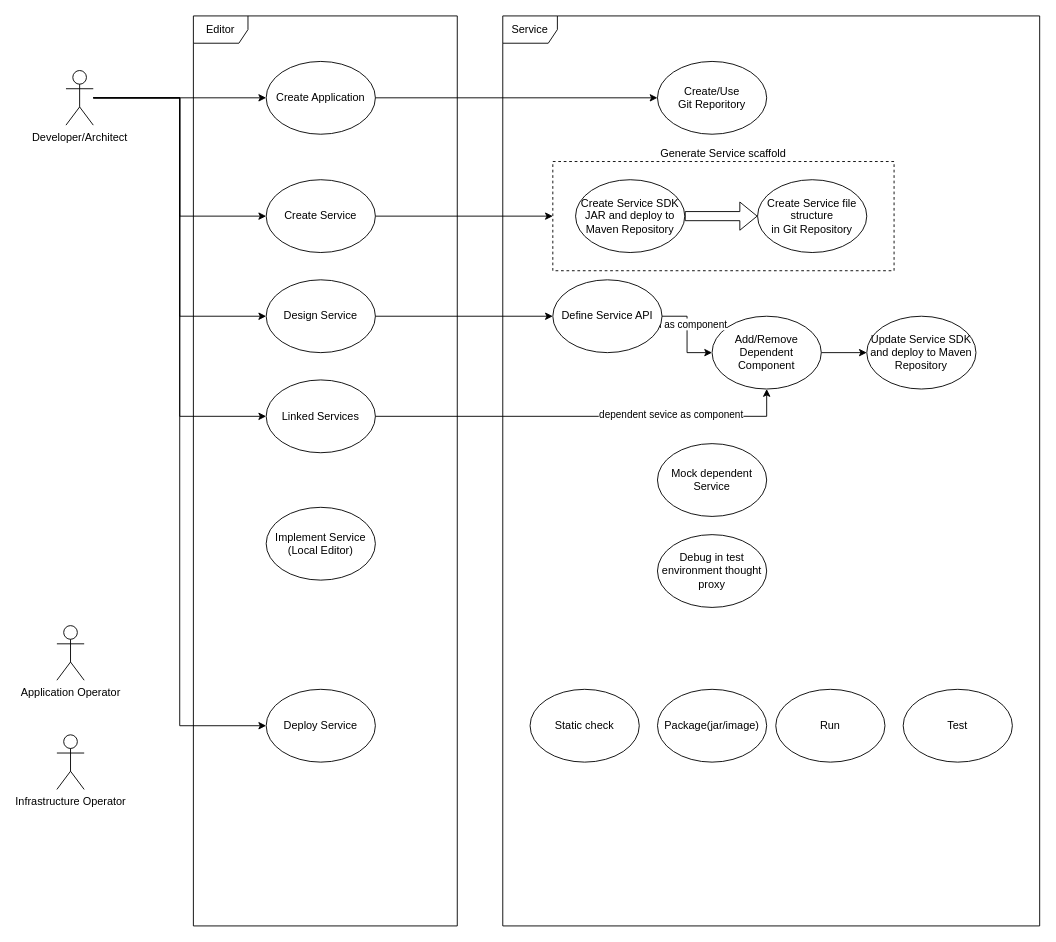
The draw.io diagram proj/deck.drawio in ruipengliu/books, before the edit. Source tidied: cells renumbered, new cells numbered last; positions are measured from the earlier drawing's top-left corner, leaving out a move shared by most shapes. Both pictures are drawn from the tidied source at 91%, with x=0, y=0 at pixel (56, 15).
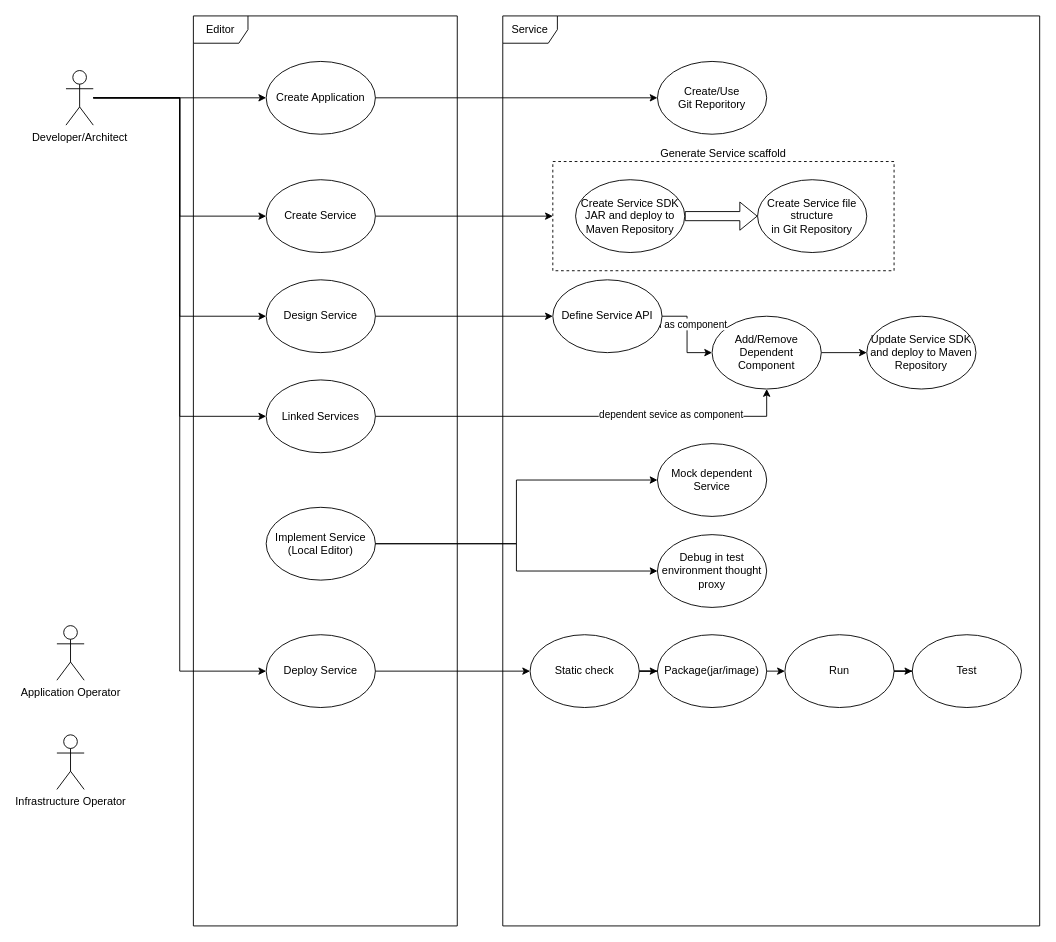
Above is the later version.

Unchanged cells that the change refers to:
```xml
<mxCell id="27" value="Implement Service&lt;br&gt;(Local Editor)" style="ellipse;whiteSpace=wrap;html=1;fillColor=none;" parent="1" vertex="1">
  <mxGeometry x="230" y="540" width="120" height="80" as="geometry" />
</mxCell>
<mxCell id="28" value="Mock dependent Service" style="ellipse;whiteSpace=wrap;html=1;fillColor=none;" parent="1" vertex="1">
  <mxGeometry x="660" y="470" width="120" height="80" as="geometry" />
</mxCell>
<mxCell id="29" value="Debug in test environment thought proxy" style="ellipse;whiteSpace=wrap;html=1;fillColor=none;" parent="1" vertex="1">
  <mxGeometry x="660" y="570" width="120" height="80" as="geometry" />
</mxCell>
```

What changed in the source:
```diff
@@
+    <mxCell id="40" style="edgeStyle=orthogonalEdgeStyle;rounded=0;jettySize=auto;html=1;endArrow=classic;endFill=1;" parent="1" edge="1" source="27" target="28">
+      <mxGeometry relative="1" as="geometry" />
+    </mxCell>
+    <mxCell id="41" style="edgeStyle=orthogonalEdgeStyle;rounded=0;jettySize=auto;html=1;endArrow=classic;endFill=1;" parent="1" edge="1" source="27" target="29">
+      <mxGeometry relative="1" as="geometry" />
+    </mxCell>
@@
+    <mxCell id="42" style="edgeStyle=orthogonalEdgeStyle;rounded=0;jettySize=auto;html=1;endArrow=classic;endFill=1;" parent="1" edge="1" source="30" target="31">
+      <mxGeometry relative="1" as="geometry" />
+    </mxCell>
     <mxCell id="30" value="Deploy Service" style="ellipse;whiteSpace=wrap;html=1;fillColor=none;" parent="1" vertex="1">
-      <mxGeometry x="230" y="740" width="120" height="80" as="geometry" />
+      <mxGeometry x="230" y="680" width="120" height="80" as="geometry" />
     </mxCell>
+    <mxCell id="43" style="edgeStyle=orthogonalEdgeStyle;rounded=0;jettySize=auto;html=1;endArrow=classic;endFill=1;" parent="1" edge="1" source="31" target="32">
+      <mxGeometry relative="1" as="geometry" />
+    </mxCell>
     <mxCell id="31" value="Static check" style="ellipse;whiteSpace=wrap;html=1;fillColor=none;" parent="1" vertex="1">
-      <mxGeometry x="520" y="740" width="120" height="80" as="geometry" />
+      <mxGeometry x="520" y="680" width="120" height="80" as="geometry" />
     </mxCell>
+    <mxCell id="44" style="edgeStyle=orthogonalEdgeStyle;rounded=0;jettySize=auto;html=1;exitX=1;exitY=0.5;exitDx=0;exitDy=0;entryX=0;entryY=0.5;entryDx=0;entryDy=0;endArrow=classic;endFill=1;" parent="1" edge="1" source="32" target="33">
+      <mxGeometry relative="1" as="geometry" />
+    </mxCell>
     <mxCell id="32" value="Package(jar/image)" style="ellipse;whiteSpace=wrap;html=1;fillColor=none;" parent="1" vertex="1">
-      <mxGeometry x="660" y="740" width="120" height="80" as="geometry" />
+      <mxGeometry x="660" y="680" width="120" height="80" as="geometry" />
     </mxCell>
+    <mxCell id="45" style="edgeStyle=orthogonalEdgeStyle;rounded=0;jettySize=auto;html=1;entryX=0;entryY=0.5;entryDx=0;entryDy=0;endArrow=classic;endFill=1;" parent="1" edge="1" source="33" target="34">
+      <mxGeometry relative="1" as="geometry" />
+    </mxCell>
     <mxCell id="33" value="Run" style="ellipse;whiteSpace=wrap;html=1;fillColor=none;" parent="1" vertex="1">
-      <mxGeometry x="790" y="740" width="120" height="80" as="geometry" />
+      <mxGeometry x="800" y="680" width="120" height="80" as="geometry" />
     </mxCell>
     <mxCell id="34" value="Test" style="ellipse;whiteSpace=wrap;html=1;fillColor=none;" parent="1" vertex="1">
-      <mxGeometry x="930" y="740" width="120" height="80" as="geometry" />
+      <mxGeometry x="940" y="680" width="120" height="80" as="geometry" />
     </mxCell>
```
